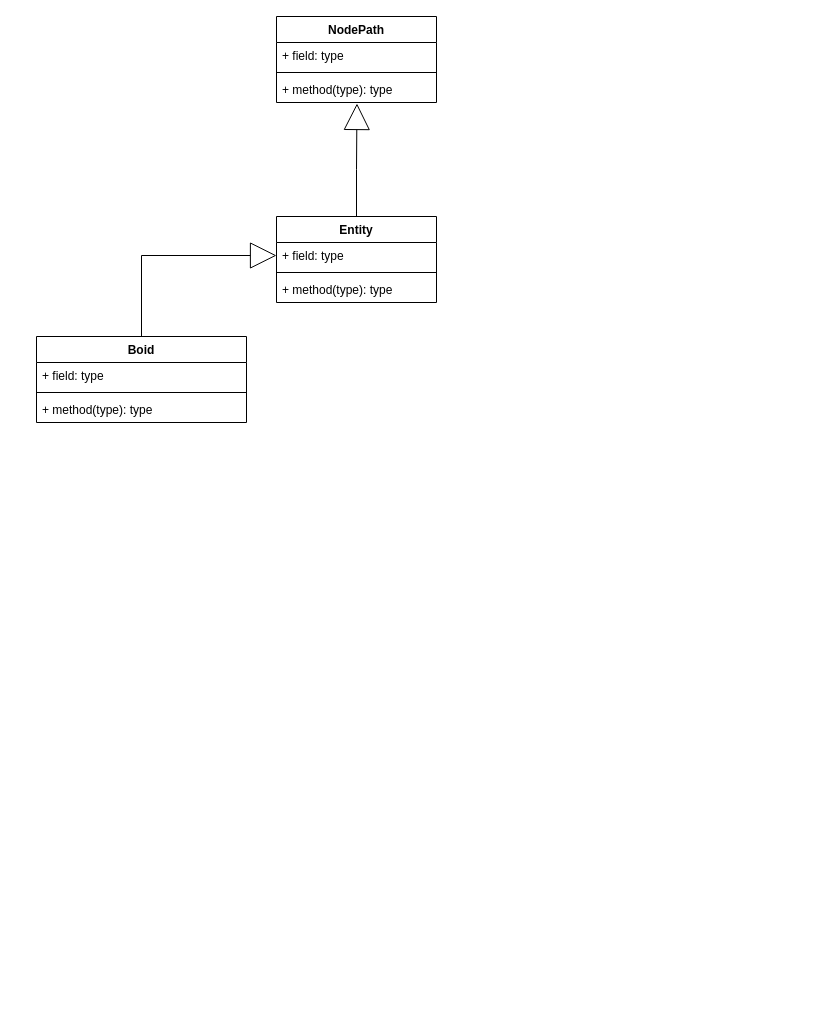
Above: LaTeX_Documentation/UML/Boids_UML.drawio in 57urmKr1pp3/Boids (draw.io), before the change. Source tidied: cells renumbered, new cells numbered last; positions are measured from the earlier drawing's top-left corner, leaving out a move shared by most shapes. Both pictures are drawn from the tidied source at 100%, with x=0, y=0 at pixel (36, 16).
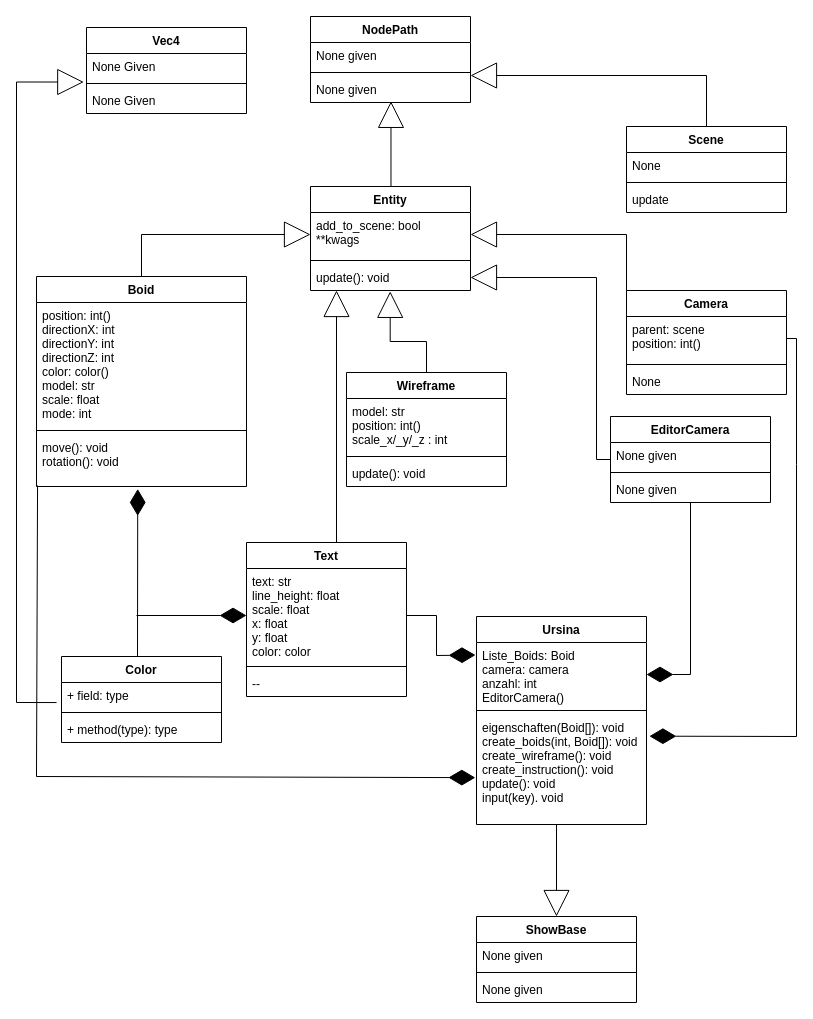
After the change.

Commit message (it also covers changes not shown here):
UML Diagramm

The edit, as a diff of the source:
```diff
@@
-    <mxCell id="2" style="edgeStyle=orthogonalEdgeStyle;rounded=0;jettySize=auto;html=1;entryX=0;entryY=0.5;entryDx=0;entryDy=0;endArrow=block;endFill=0;endSize=24;" parent="1" edge="1" source="3" target="9">
-      <mxGeometry relative="1" as="geometry" />
+    <mxCell id="2" style="edgeStyle=orthogonalEdgeStyle;rounded=0;jettySize=auto;html=1;entryX=0;entryY=0.5;entryDx=0;entryDy=0;endArrow=block;endFill=0;endSize=24;exitX=0.5;exitY=0;exitDx=0;exitDy=0;" parent="1" edge="1" source="3" target="9">
+      <mxGeometry relative="1" as="geometry">
+        <Array as="points">
+          <mxPoint x="105" y="218" />
+        </Array>
+      </mxGeometry>
     </mxCell>
-    <mxCell id="3" value="Boid" style="swimlane;fontStyle=1;align=center;verticalAlign=top;horizontal=1;startSize=26;" parent="1" vertex="1">
-      <mxGeometry y="320" width="210" height="86" as="geometry" />
-    </mxCell>
-    <mxCell id="4" value="+ field: type" style="text;strokeColor=none;fillColor=none;align=left;verticalAlign=top;spacingLeft=4;spacingRight=4;overflow=hidden;" parent="3" vertex="1">
-      <mxGeometry y="26" width="210" height="26" as="geometry" />
-    </mxCell>
-    <mxCell id="5" style="line;strokeWidth=1;fillColor=none;align=left;verticalAlign=middle;spacingTop=-1;spacingLeft=3;spacingRight=3;labelPosition=right;" parent="3" vertex="1">
-      <mxGeometry y="52" width="210" height="8" as="geometry" />
-    </mxCell>
-    <mxCell id="6" value="+ method(type): type" style="text;strokeColor=none;fillColor=none;align=left;verticalAlign=top;spacingLeft=4;spacingRight=4;overflow=hidden;" parent="3" vertex="1">
-      <mxGeometry y="60" width="210" height="26" as="geometry" />
-    </mxCell>
-    <mxCell id="7" style="edgeStyle=orthogonalEdgeStyle;rounded=0;jettySize=auto;html=1;entryX=0.503;entryY=1.038;entryDx=0;entryDy=0;entryPerimeter=0;endArrow=block;endFill=0;endSize=24;" parent="1" edge="1" source="8" target="15">
-      <mxGeometry relative="1" as="geometry" />
+    <mxCell id="7" style="edgeStyle=orthogonalEdgeStyle;rounded=0;jettySize=auto;html=1;entryX=0.503;entryY=0.956;entryDx=0;entryDy=0;endArrow=block;endFill=0;endSize=24;entryPerimeter=0;" parent="1" edge="1" source="8" target="35">
+      <mxGeometry relative="1" as="geometry">
+        <Array as="points">
+          <mxPoint x="354" y="85" />
+        </Array>
+      </mxGeometry>
     </mxCell>
     <mxCell id="8" value="Entity" style="swimlane;fontStyle=1;align=center;verticalAlign=top;horizontal=1;startSize=26;" parent="1" vertex="1">
-      <mxGeometry x="240" y="200" width="160" height="86" as="geometry" />
+      <mxGeometry x="274" y="170" width="160" height="104" as="geometry" />
     </mxCell>
-    <mxCell id="9" value="+ field: type" style="text;strokeColor=none;fillColor=none;align=left;verticalAlign=top;spacingLeft=4;spacingRight=4;overflow=hidden;points=[[0,0.5],[1,0.5]];portConstraint=eastwest;" parent="8" vertex="1">
-      <mxGeometry y="26" width="160" height="26" as="geometry" />
+    <mxCell id="9" value="add_to_scene: bool&#10;**kwags" style="text;strokeColor=none;fillColor=none;align=left;verticalAlign=top;spacingLeft=4;spacingRight=4;overflow=hidden;points=[[0,0.5],[1,0.5]];portConstraint=eastwest;" parent="8" vertex="1">
+      <mxGeometry y="26" width="160" height="44" as="geometry" />
     </mxCell>
     <mxCell id="10" style="line;strokeWidth=1;fillColor=none;align=left;verticalAlign=middle;spacingTop=-1;spacingLeft=3;spacingRight=3;labelPosition=right;" parent="8" vertex="1">
-      <mxGeometry y="52" width="160" height="8" as="geometry" />
+      <mxGeometry y="70" width="160" height="8" as="geometry" />
     </mxCell>
-    <mxCell id="11" value="+ method(type): type" style="text;strokeColor=none;fillColor=none;align=left;verticalAlign=top;spacingLeft=4;spacingRight=4;overflow=hidden;points=[[0,0.5],[1,0.5]];portConstraint=eastwest;" parent="8" vertex="1">
-      <mxGeometry y="60" width="160" height="26" as="geometry" />
+    <mxCell id="11" value="update(): void" style="text;strokeColor=none;fillColor=none;align=left;verticalAlign=top;spacingLeft=4;spacingRight=4;overflow=hidden;points=[[0,0.5],[1,0.5]];portConstraint=eastwest;" parent="8" vertex="1">
+      <mxGeometry y="78" width="160" height="26" as="geometry" />
     </mxCell>
+    <mxCell id="3" value="Boid" style="swimlane;fontStyle=1;align=center;verticalAlign=top;horizontal=1;startSize=26;" parent="1" vertex="1">
+      <mxGeometry y="260" width="210" height="210" as="geometry" />
+    </mxCell>
+    <mxCell id="16" value="position: int()&#10;directionX: int&#10;directionY: int&#10;directionZ: int&#10;color: color()&#10;model: str&#10;scale: float&#10;mode: int" style="text;strokeColor=none;fillColor=none;align=left;verticalAlign=top;spacingLeft=4;spacingRight=4;overflow=hidden;" parent="3" vertex="1">
+      <mxGeometry y="26" width="210" height="124" as="geometry" />
+    </mxCell>
+    <mxCell id="17" style="line;strokeWidth=1;fillColor=none;align=left;verticalAlign=middle;spacingTop=-1;spacingLeft=3;spacingRight=3;labelPosition=right;" parent="3" vertex="1">
+      <mxGeometry y="150" width="210" height="8" as="geometry" />
+    </mxCell>
+    <mxCell id="18" value="move(): void&#10;rotation(): void" style="text;strokeColor=none;fillColor=none;align=left;verticalAlign=top;spacingLeft=4;spacingRight=4;overflow=hidden;points=[[0,0.5],[1,0.5]];portConstraint=eastwest;" parent="3" vertex="1">
+      <mxGeometry y="158" width="210" height="52" as="geometry" />
+    </mxCell>
+    <mxCell id="19" value="EditorCamera" style="swimlane;fontStyle=1;align=center;verticalAlign=top;horizontal=1;startSize=26;" parent="1" vertex="1">
+      <mxGeometry x="574" y="400" width="160" height="86" as="geometry" />
+    </mxCell>
+    <mxCell id="20" value="None given" style="text;strokeColor=none;fillColor=none;align=left;verticalAlign=top;spacingLeft=4;spacingRight=4;overflow=hidden;" parent="19" vertex="1">
+      <mxGeometry y="26" width="160" height="26" as="geometry" />
+    </mxCell>
+    <mxCell id="21" style="line;strokeWidth=1;fillColor=none;align=left;verticalAlign=middle;spacingTop=-1;spacingLeft=3;spacingRight=3;labelPosition=right;" parent="19" vertex="1">
+      <mxGeometry y="52" width="160" height="8" as="geometry" />
+    </mxCell>
+    <mxCell id="22" value="None given" style="text;strokeColor=none;fillColor=none;align=left;verticalAlign=top;spacingLeft=4;spacingRight=4;overflow=hidden;" parent="19" vertex="1">
+      <mxGeometry y="60" width="160" height="26" as="geometry" />
+    </mxCell>
+    <mxCell id="23" value="Scene" style="swimlane;fontStyle=1;align=center;verticalAlign=top;horizontal=1;startSize=26;" parent="1" vertex="1">
+      <mxGeometry x="590" y="110" width="160" height="86" as="geometry" />
+    </mxCell>
+    <mxCell id="24" value="None" style="text;strokeColor=none;fillColor=none;align=left;verticalAlign=top;spacingLeft=4;spacingRight=4;overflow=hidden;" parent="23" vertex="1">
+      <mxGeometry y="26" width="160" height="26" as="geometry" />
+    </mxCell>
+    <mxCell id="25" style="line;strokeWidth=1;fillColor=none;align=left;verticalAlign=middle;spacingTop=-1;spacingLeft=3;spacingRight=3;labelPosition=right;" parent="23" vertex="1">
+      <mxGeometry y="52" width="160" height="8" as="geometry" />
+    </mxCell>
+    <mxCell id="26" value="update" style="text;strokeColor=none;fillColor=none;align=left;verticalAlign=top;spacingLeft=4;spacingRight=4;overflow=hidden;" parent="23" vertex="1">
+      <mxGeometry y="60" width="160" height="26" as="geometry" />
+    </mxCell>
+    <mxCell id="27" style="edgeStyle=orthogonalEdgeStyle;rounded=0;jettySize=auto;html=1;entryX=1;entryY=0.5;entryDx=0;entryDy=0;endArrow=block;endFill=0;endSize=24;exitX=0;exitY=0.5;exitDx=0;exitDy=0;" parent="1" edge="1" source="29" target="9">
+      <mxGeometry relative="1" as="geometry">
+        <Array as="points">
+          <mxPoint x="590" y="218" />
+        </Array>
+      </mxGeometry>
+    </mxCell>
+    <mxCell id="28" value="Camera" style="swimlane;fontStyle=1;align=center;verticalAlign=top;horizontal=1;startSize=26;" parent="1" vertex="1">
+      <mxGeometry x="590" y="274" width="160" height="104" as="geometry" />
+    </mxCell>
+    <mxCell id="29" value="parent: scene&#10;position: int()" style="text;strokeColor=none;fillColor=none;align=left;verticalAlign=top;spacingLeft=4;spacingRight=4;overflow=hidden;points=[[0,0.5],[1,0.5]];portConstraint=eastwest;" parent="28" vertex="1">
+      <mxGeometry y="26" width="160" height="44" as="geometry" />
+    </mxCell>
+    <mxCell id="30" style="line;strokeWidth=1;fillColor=none;align=left;verticalAlign=middle;spacingTop=-1;spacingLeft=3;spacingRight=3;labelPosition=right;" parent="28" vertex="1">
+      <mxGeometry y="70" width="160" height="8" as="geometry" />
+    </mxCell>
+    <mxCell id="31" value="None" style="text;strokeColor=none;fillColor=none;align=left;verticalAlign=top;spacingLeft=4;spacingRight=4;overflow=hidden;" parent="28" vertex="1">
+      <mxGeometry y="78" width="160" height="26" as="geometry" />
+    </mxCell>
+    <mxCell id="32" style="edgeStyle=orthogonalEdgeStyle;rounded=0;jettySize=auto;html=1;entryX=1;entryY=0.5;entryDx=0;entryDy=0;endArrow=block;endFill=0;endSize=24;" parent="1" edge="1" source="19" target="11">
+      <mxGeometry relative="1" as="geometry">
+        <Array as="points">
+          <mxPoint x="560" y="443" />
+          <mxPoint x="560" y="261" />
+        </Array>
+      </mxGeometry>
+    </mxCell>
     <mxCell id="12" value="NodePath" style="swimlane;fontStyle=1;align=center;verticalAlign=top;horizontal=1;startSize=26;" parent="1" vertex="1">
-      <mxGeometry x="240" width="160" height="86" as="geometry" />
+      <mxGeometry x="274" width="160" height="86" as="geometry" />
     </mxCell>
+    <mxCell id="33" value="None given" style="text;strokeColor=none;fillColor=none;align=left;verticalAlign=top;spacingLeft=4;spacingRight=4;overflow=hidden;" parent="12" vertex="1">
+      <mxGeometry y="26" width="160" height="26" as="geometry" />
+    </mxCell>
+    <mxCell id="34" style="line;strokeWidth=1;fillColor=none;align=left;verticalAlign=middle;spacingTop=-1;spacingLeft=3;spacingRight=3;labelPosition=right;" parent="12" vertex="1">
+      <mxGeometry y="52" width="160" height="8" as="geometry" />
+    </mxCell>
+    <mxCell id="35" value="None given" style="text;strokeColor=none;fillColor=none;align=left;verticalAlign=top;spacingLeft=4;spacingRight=4;overflow=hidden;points=[[0,0.5],[1,0.5]];portConstraint=eastwest;" parent="12" vertex="1">
+      <mxGeometry y="60" width="160" height="26" as="geometry" />
+    </mxCell>
+    <mxCell id="36" style="edgeStyle=orthogonalEdgeStyle;rounded=0;jettySize=auto;html=1;endArrow=block;endFill=0;endSize=24;exitX=0.5;exitY=0;exitDx=0;exitDy=0;" parent="1" edge="1" source="23">
+      <mxGeometry relative="1" as="geometry">
+        <mxPoint x="434" y="59" as="targetPoint" />
+        <Array as="points">
+          <mxPoint x="670" y="59" />
+        </Array>
+      </mxGeometry>
+    </mxCell>
+    <mxCell id="37" value="Wireframe" style="swimlane;fontStyle=1;align=center;verticalAlign=top;horizontal=1;startSize=26;" parent="1" vertex="1">
+      <mxGeometry x="310" y="356" width="160" height="114" as="geometry" />
+    </mxCell>
+    <mxCell id="38" value="model: str&#10;position: int()&#10;scale_x/_y/_z : int" style="text;strokeColor=none;fillColor=none;align=left;verticalAlign=top;spacingLeft=4;spacingRight=4;overflow=hidden;" parent="37" vertex="1">
+      <mxGeometry y="26" width="160" height="54" as="geometry" />
+    </mxCell>
+    <mxCell id="39" style="line;strokeWidth=1;fillColor=none;align=left;verticalAlign=middle;spacingTop=-1;spacingLeft=3;spacingRight=3;labelPosition=right;" parent="37" vertex="1">
+      <mxGeometry y="80" width="160" height="8" as="geometry" />
+    </mxCell>
+    <mxCell id="40" value="update(): void" style="text;strokeColor=none;fillColor=none;align=left;verticalAlign=top;spacingLeft=4;spacingRight=4;overflow=hidden;" parent="37" vertex="1">
+      <mxGeometry y="88" width="160" height="26" as="geometry" />
+    </mxCell>
+    <mxCell id="41" style="edgeStyle=orthogonalEdgeStyle;rounded=0;jettySize=auto;html=1;endArrow=block;endFill=0;endSize=24;entryX=0.498;entryY=1.033;entryDx=0;entryDy=0;entryPerimeter=0;" parent="1" edge="1" source="37" target="11">
+      <mxGeometry relative="1" as="geometry" />
+    </mxCell>
+    <mxCell id="42" value="Text" style="swimlane;fontStyle=1;align=center;verticalAlign=top;horizontal=1;startSize=26;" parent="1" vertex="1">
+      <mxGeometry x="210" y="526" width="160" height="154" as="geometry" />
+    </mxCell>
+    <mxCell id="43" value="text: str&#10;line_height: float&#10;scale: float&#10;x: float&#10;y: float&#10;color: color" style="text;strokeColor=none;fillColor=none;align=left;verticalAlign=top;spacingLeft=4;spacingRight=4;overflow=hidden;points=[[0,0.5],[1,0.5]];portConstraint=eastwest;" parent="42" vertex="1">
+      <mxGeometry y="26" width="160" height="94" as="geometry" />
+    </mxCell>
+    <mxCell id="44" style="line;strokeWidth=1;fillColor=none;align=left;verticalAlign=middle;spacingTop=-1;spacingLeft=3;spacingRight=3;labelPosition=right;" parent="42" vertex="1">
+      <mxGeometry y="120" width="160" height="8" as="geometry" />
+    </mxCell>
+    <mxCell id="45" value="--" style="text;strokeColor=none;fillColor=none;align=left;verticalAlign=top;spacingLeft=4;spacingRight=4;overflow=hidden;" parent="42" vertex="1">
+      <mxGeometry y="128" width="160" height="26" as="geometry" />
+    </mxCell>
+    <mxCell id="46" style="edgeStyle=orthogonalEdgeStyle;rounded=0;jettySize=auto;html=1;endArrow=block;endFill=0;endSize=24;exitX=0.5;exitY=0;exitDx=0;exitDy=0;" parent="1" edge="1" source="42" target="11">
+      <mxGeometry relative="1" as="geometry">
+        <Array as="points">
+          <mxPoint x="300" y="526" />
+        </Array>
+      </mxGeometry>
+    </mxCell>
+    <mxCell id="47" value="Color" style="swimlane;fontStyle=1;align=center;verticalAlign=top;horizontal=1;startSize=26;" parent="1" vertex="1">
+      <mxGeometry x="25" y="640" width="160" height="86" as="geometry" />
+    </mxCell>
-    <mxCell id="13" value="+ field: type" style="text;strokeColor=none;fillColor=none;align=left;verticalAlign=top;spacingLeft=4;spacingRight=4;overflow=hidden;points=[[0,0.5],[1,0.5]];portConstraint=eastwest;" parent="12" vertex="1">
+    <mxCell id="13" value="+ field: type" style="text;strokeColor=none;fillColor=none;align=left;verticalAlign=top;spacingLeft=4;spacingRight=4;overflow=hidden;points=[[0,0.5],[1,0.5]];portConstraint=eastwest;" parent="47" vertex="1">
       <mxGeometry y="26" width="160" height="26" as="geometry" />
     </mxCell>
-    <mxCell id="14" style="line;strokeWidth=1;fillColor=none;align=left;verticalAlign=middle;spacingTop=-1;spacingLeft=3;spacingRight=3;labelPosition=right;" parent="12" vertex="1">
-      <mxGeometry y="52" width="160" height="8" as="geometry" />
-    </mxCell>
+    <mxCell id="48" style="line;strokeWidth=1;fillColor=none;align=left;verticalAlign=middle;spacingTop=-1;spacingLeft=3;spacingRight=3;labelPosition=right;" parent="47" vertex="1">
+      <mxGeometry y="52" width="160" height="8" as="geometry" />
+    </mxCell>
-    <mxCell id="15" value="+ method(type): type" style="text;strokeColor=none;fillColor=none;align=left;verticalAlign=top;spacingLeft=4;spacingRight=4;overflow=hidden;points=[[0,0.5],[1,0.5]];portConstraint=eastwest;" parent="12" vertex="1">
+    <mxCell id="15" value="+ method(type): type" style="text;strokeColor=none;fillColor=none;align=left;verticalAlign=top;spacingLeft=4;spacingRight=4;overflow=hidden;points=[[0,0.5],[1,0.5]];portConstraint=eastwest;" parent="47" vertex="1">
       <mxGeometry y="60" width="160" height="26" as="geometry" />
     </mxCell>
+    <mxCell id="49" style="endArrow=diamondThin;endFill=1;endSize=24;html=1;rounded=0;entryX=0.482;entryY=1.047;entryDx=0;entryDy=0;entryPerimeter=0;exitX=0.475;exitY=-0.001;exitDx=0;exitDy=0;exitPerimeter=0;" parent="1" edge="1" source="47" target="18">
+      <mxGeometry relative="1" as="geometry" />
+    </mxCell>
+    <mxCell id="50" style="endArrow=diamondThin;endFill=1;endSize=24;html=1;rounded=0;entryX=0;entryY=0.5;entryDx=0;entryDy=0;" parent="1" edge="1" target="43">
+      <mxGeometry relative="1" as="geometry">
+        <mxPoint x="100" y="599" as="sourcePoint" />
+      </mxGeometry>
+    </mxCell>
+    <mxCell id="51" value="Vec4" style="swimlane;fontStyle=1;align=center;verticalAlign=top;horizontal=1;startSize=26;" parent="1" vertex="1">
+      <mxGeometry x="50" y="11" width="160" height="86" as="geometry" />
+    </mxCell>
+    <mxCell id="52" value="None Given" style="text;strokeColor=none;fillColor=none;align=left;verticalAlign=top;spacingLeft=4;spacingRight=4;overflow=hidden;points=[[0,0.5],[1,0.5]];portConstraint=eastwest;" parent="51" vertex="1">
+      <mxGeometry y="26" width="160" height="26" as="geometry" />
+    </mxCell>
+    <mxCell id="53" style="line;strokeWidth=1;fillColor=none;align=left;verticalAlign=middle;spacingTop=-1;spacingLeft=3;spacingRight=3;labelPosition=right;" parent="51" vertex="1">
+      <mxGeometry y="52" width="160" height="8" as="geometry" />
+    </mxCell>
+    <mxCell id="54" value="None Given" style="text;strokeColor=none;fillColor=none;align=left;verticalAlign=top;spacingLeft=4;spacingRight=4;overflow=hidden;" parent="51" vertex="1">
+      <mxGeometry y="60" width="160" height="26" as="geometry" />
+    </mxCell>
+    <mxCell id="55" style="edgeStyle=orthogonalEdgeStyle;rounded=0;jettySize=auto;html=1;endArrow=block;endFill=0;endSize=24;exitX=-0.031;exitY=0.771;exitDx=0;exitDy=0;exitPerimeter=0;entryX=-0.017;entryY=1.098;entryDx=0;entryDy=0;entryPerimeter=0;" parent="1" edge="1" source="13" target="52">
+      <mxGeometry relative="1" as="geometry">
+        <Array as="points">
+          <mxPoint x="-20" y="686" />
+          <mxPoint x="-20" y="66" />
+        </Array>
+      </mxGeometry>
+    </mxCell>
+    <mxCell id="56" value="Ursina" style="swimlane;fontStyle=1;align=center;verticalAlign=top;horizontal=1;startSize=26;" parent="1" vertex="1">
+      <mxGeometry x="440" y="600" width="170" height="208" as="geometry" />
+    </mxCell>
+    <mxCell id="57" value="Liste_Boids: Boid&#10;camera: camera&#10;anzahl: int&#10;EditorCamera()" style="text;strokeColor=none;fillColor=none;align=left;verticalAlign=top;spacingLeft=4;spacingRight=4;overflow=hidden;points=[[0,0.5],[1,0.5]];portConstraint=eastwest;" parent="56" vertex="1">
+      <mxGeometry y="26" width="170" height="64" as="geometry" />
+    </mxCell>
+    <mxCell id="58" style="line;strokeWidth=1;fillColor=none;align=left;verticalAlign=middle;spacingTop=-1;spacingLeft=3;spacingRight=3;labelPosition=right;" parent="56" vertex="1">
+      <mxGeometry y="90" width="170" height="8" as="geometry" />
+    </mxCell>
+    <mxCell id="59" value="eigenschaften(Boid[]): void&#10;create_boids(int, Boid[]): void&#10;create_wireframe(): void&#10;create_instruction(): void&#10;update(): void&#10;input(key). void&#10;" style="text;strokeColor=none;fillColor=none;align=left;verticalAlign=top;spacingLeft=4;spacingRight=4;overflow=hidden;points=[[0,0.5],[1,0.5]];portConstraint=eastwest;" parent="56" vertex="1">
+      <mxGeometry y="98" width="170" height="110" as="geometry" />
+    </mxCell>
+    <mxCell id="60" style="endArrow=diamondThin;endFill=1;endSize=24;html=1;rounded=0;exitX=0.5;exitY=1;exitDx=0;exitDy=0;" parent="1" edge="1" source="19" target="57">
+      <mxGeometry relative="1" as="geometry">
+        <Array as="points">
+          <mxPoint x="654" y="658" />
+        </Array>
+      </mxGeometry>
+    </mxCell>
+    <mxCell id="61" style="endArrow=diamondThin;endFill=1;endSize=24;html=1;rounded=0;entryX=1.017;entryY=0.197;entryDx=0;entryDy=0;exitX=1;exitY=0.5;exitDx=0;exitDy=0;entryPerimeter=0;" parent="1" edge="1" source="29" target="59">
+      <mxGeometry relative="1" as="geometry">
+        <Array as="points">
+          <mxPoint x="760" y="322" />
+          <mxPoint x="760" y="448" />
+          <mxPoint x="760" y="720" />
+        </Array>
+      </mxGeometry>
+    </mxCell>
+    <mxCell id="62" style="endArrow=diamondThin;endFill=1;endSize=24;html=1;rounded=0;entryX=-0.006;entryY=0.196;entryDx=0;entryDy=0;entryPerimeter=0;exitX=1;exitY=0.5;exitDx=0;exitDy=0;" parent="1" edge="1" source="43" target="57">
+      <mxGeometry relative="1" as="geometry">
+        <Array as="points">
+          <mxPoint x="400" y="599" />
+          <mxPoint x="400" y="639" />
+        </Array>
+      </mxGeometry>
+    </mxCell>
+    <mxCell id="63" style="endArrow=diamondThin;endFill=1;endSize=24;html=1;rounded=0;entryX=-0.007;entryY=0.574;entryDx=0;entryDy=0;exitX=0.005;exitY=0.981;exitDx=0;exitDy=0;entryPerimeter=0;exitPerimeter=0;" parent="1" edge="1" source="18" target="59">
+      <mxGeometry relative="1" as="geometry">
+        <Array as="points">
+          <mxPoint y="760" />
+        </Array>
+      </mxGeometry>
+    </mxCell>
+    <mxCell id="64" value="ShowBase" style="swimlane;fontStyle=1;align=center;verticalAlign=top;horizontal=1;startSize=26;" parent="1" vertex="1">
+      <mxGeometry x="440" y="900" width="160" height="86" as="geometry" />
+    </mxCell>
+    <mxCell id="65" value="None given" style="text;strokeColor=none;fillColor=none;align=left;verticalAlign=top;spacingLeft=4;spacingRight=4;overflow=hidden;" parent="64" vertex="1">
+      <mxGeometry y="26" width="160" height="26" as="geometry" />
+    </mxCell>
+    <mxCell id="66" style="line;strokeWidth=1;fillColor=none;align=left;verticalAlign=middle;spacingTop=-1;spacingLeft=3;spacingRight=3;labelPosition=right;" parent="64" vertex="1">
+      <mxGeometry y="52" width="160" height="8" as="geometry" />
+    </mxCell>
+    <mxCell id="67" value="None given" style="text;strokeColor=none;fillColor=none;align=left;verticalAlign=top;spacingLeft=4;spacingRight=4;overflow=hidden;" parent="64" vertex="1">
+      <mxGeometry y="60" width="160" height="26" as="geometry" />
+    </mxCell>
+    <mxCell id="68" style="edgeStyle=orthogonalEdgeStyle;rounded=0;jettySize=auto;html=1;endArrow=block;endFill=0;endSize=24;entryX=0.5;entryY=0;entryDx=0;entryDy=0;" parent="1" edge="1" target="64">
+      <mxGeometry relative="1" as="geometry">
+        <mxPoint x="520" y="808" as="sourcePoint" />
+        <Array as="points">
+          <mxPoint x="520" y="808" />
+        </Array>
+      </mxGeometry>
+    </mxCell>
```
